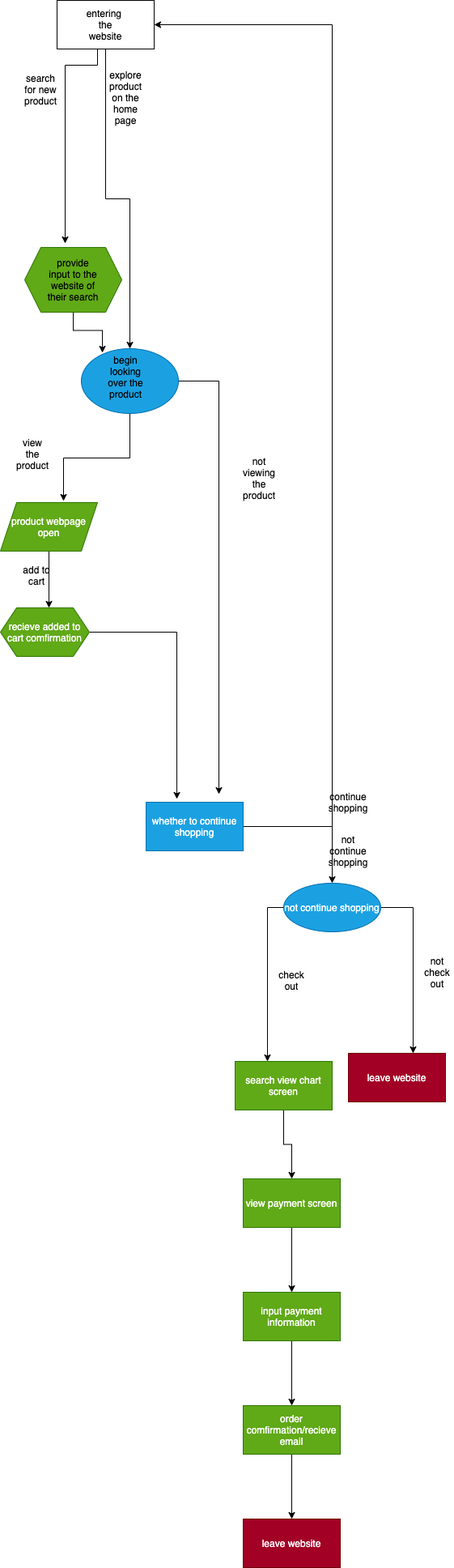
The draw.io diagram explore/diagramming/diagram.drawio.png in zterryy/fa21-cse110-lab4, before a commit. Source tidied: cells renumbered, new cells last; positions are measured from the earlier drawing's top-left corner, leaving out a move shared by most shapes.
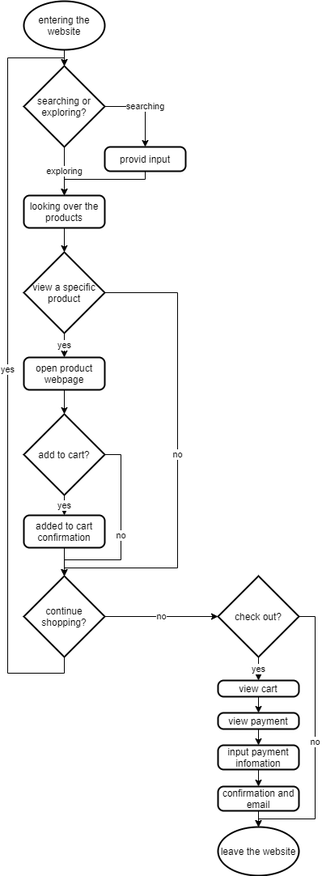
The same diagram one commit later.

What changed in the source:
```diff
@@ -2,144 +2,144 @@
   <root>
     <mxCell id="0" />
     <mxCell id="1" parent="0" />
+    <mxCell id="42" style="edgeStyle=orthogonalEdgeStyle;rounded=0;jettySize=auto;html=1;exitX=0.5;exitY=1;exitDx=0;exitDy=0;exitPerimeter=0;" parent="1" edge="1" source="43">
+      <mxGeometry relative="1" as="geometry">
+        <mxPoint x="80" y="-10" as="targetPoint" />
+      </mxGeometry>
+    </mxCell>
+    <mxCell id="43" value="entering the website" style="strokeWidth=2;html=1;shape=mxgraph.flowchart.start_1;whiteSpace=wrap;" parent="1" vertex="1">
+      <mxGeometry x="30" y="-90" width="100" height="60" as="geometry" />
+    </mxCell>
+    <mxCell id="44" style="rounded=1;whiteSpace=wrap;html=1;absoluteArcSize=1;arcSize=14;strokeWidth=2;" parent="1" vertex="1">
+      <mxGeometry x="170" y="10" width="100" as="geometry" />
+    </mxCell>
+    <mxCell id="45" value="searching" style="edgeStyle=orthogonalEdgeStyle;rounded=0;jettySize=auto;html=1;exitX=1;exitY=0.5;exitDx=0;exitDy=0;exitPerimeter=0;entryX=0.5;entryY=0;entryDx=0;entryDy=0;" parent="1" edge="1" source="4" target="5">
+      <mxGeometry relative="1" as="geometry" />
+    </mxCell>
+    <mxCell id="46" value="exploring" style="edgeStyle=orthogonalEdgeStyle;rounded=0;jettySize=auto;html=1;exitX=0.5;exitY=1;exitDx=0;exitDy=0;exitPerimeter=0;entryX=0.5;entryY=0;entryDx=0;entryDy=0;" parent="1" edge="1" source="4" target="48">
+      <mxGeometry relative="1" as="geometry" />
+    </mxCell>
+    <mxCell id="4" value="searching or exploring?" style="strokeWidth=2;html=1;shape=mxgraph.flowchart.decision;whiteSpace=wrap;" parent="1" vertex="1">
+      <mxGeometry x="30" y="-10" width="100" height="100" as="geometry" />
+    </mxCell>
+    <mxCell id="47" style="edgeStyle=orthogonalEdgeStyle;rounded=0;jettySize=auto;html=1;exitX=0.5;exitY=1;exitDx=0;exitDy=0;entryX=0.5;entryY=0;entryDx=0;entryDy=0;entryPerimeter=0;" parent="1" edge="1" source="5" target="48">
+      <mxGeometry relative="1" as="geometry">
+        <Array as="points">
+          <mxPoint x="180" y="130" />
+          <mxPoint x="80" y="130" />
+        </Array>
+      </mxGeometry>
+    </mxCell>
+    <mxCell id="5" value="provid input" style="rounded=1;whiteSpace=wrap;html=1;absoluteArcSize=1;arcSize=14;strokeWidth=2;" parent="1" vertex="1">
+      <mxGeometry x="130" y="90" width="100" height="30" as="geometry" />
+    </mxCell>
+    <mxCell id="7" style="edgeStyle=orthogonalEdgeStyle;rounded=0;jettySize=auto;html=1;exitX=0.5;exitY=1;exitDx=0;exitDy=0;entryX=0.5;entryY=0;entryDx=0;entryDy=0;entryPerimeter=0;" parent="1" edge="1" source="48" target="2">
+      <mxGeometry relative="1" as="geometry" />
+    </mxCell>
+    <mxCell id="48" value="looking over the products" style="rounded=1;whiteSpace=wrap;html=1;absoluteArcSize=1;arcSize=14;strokeWidth=2;" parent="1" vertex="1">
+      <mxGeometry x="30" y="150" width="100" height="40" as="geometry" />
+    </mxCell>
+    <mxCell id="49" value="yes" style="edgeStyle=orthogonalEdgeStyle;rounded=0;jettySize=auto;html=1;exitX=0.5;exitY=1;exitDx=0;exitDy=0;exitPerimeter=0;entryX=0.5;entryY=0;entryDx=0;entryDy=0;entryPerimeter=0;" parent="1" edge="1" source="51" target="4">
+      <mxGeometry relative="1" as="geometry">
+        <Array as="points">
+          <mxPoint x="80" y="740" />
+          <mxPoint x="10" y="740" />
+          <mxPoint x="10" y="-20" />
+          <mxPoint x="80" y="-20" />
+        </Array>
+      </mxGeometry>
+    </mxCell>
+    <mxCell id="50" value="no" style="edgeStyle=orthogonalEdgeStyle;rounded=0;jettySize=auto;html=1;exitX=1;exitY=0.5;exitDx=0;exitDy=0;exitPerimeter=0;entryX=0;entryY=0.5;entryDx=0;entryDy=0;entryPerimeter=0;" parent="1" edge="1" source="51" target="57">
+      <mxGeometry relative="1" as="geometry" />
+    </mxCell>
+    <mxCell id="51" value="continue shopping?" style="strokeWidth=2;html=1;shape=mxgraph.flowchart.decision;whiteSpace=wrap;" parent="1" vertex="1">
+      <mxGeometry x="30" y="620" width="100" height="100" as="geometry" />
+    </mxCell>
+    <mxCell id="52" value="yes" style="edgeStyle=orthogonalEdgeStyle;rounded=0;jettySize=auto;html=1;exitX=0.5;exitY=1;exitDx=0;exitDy=0;exitPerimeter=0;entryX=0.5;entryY=0;entryDx=0;entryDy=0;" parent="1" edge="1" source="53" target="12">
+      <mxGeometry relative="1" as="geometry" />
+    </mxCell>
+    <mxCell id="6" value="no" style="edgeStyle=orthogonalEdgeStyle;rounded=0;jettySize=auto;html=1;exitX=1;exitY=0.5;exitDx=0;exitDy=0;exitPerimeter=0;entryX=0.5;entryY=0;entryDx=0;entryDy=0;entryPerimeter=0;" parent="1" edge="1" source="53" target="51">
+      <mxGeometry relative="1" as="geometry">
+        <Array as="points">
+          <mxPoint x="150" y="470" />
+          <mxPoint x="150" y="600" />
+          <mxPoint x="80" y="600" />
+        </Array>
+      </mxGeometry>
+    </mxCell>
+    <mxCell id="53" value="add to cart?" style="strokeWidth=2;html=1;shape=mxgraph.flowchart.decision;whiteSpace=wrap;" parent="1" vertex="1">
+      <mxGeometry x="30" y="420" width="100" height="100" as="geometry" />
+    </mxCell>
+    <mxCell id="8" value="yes" style="edgeStyle=orthogonalEdgeStyle;rounded=0;jettySize=auto;html=1;exitX=0.5;exitY=1;exitDx=0;exitDy=0;exitPerimeter=0;" parent="1" edge="1" source="2" target="55">
+      <mxGeometry relative="1" as="geometry" />
+    </mxCell>
+    <mxCell id="54" value="no" style="edgeStyle=orthogonalEdgeStyle;rounded=0;jettySize=auto;html=1;exitX=1;exitY=0.5;exitDx=0;exitDy=0;exitPerimeter=0;" parent="1" edge="1" source="2" target="51">
+      <mxGeometry relative="1" as="geometry">
+        <Array as="points">
+          <mxPoint x="220" y="270" />
+          <mxPoint x="220" y="610" />
+          <mxPoint x="80" y="610" />
+        </Array>
+      </mxGeometry>
+    </mxCell>
-    <mxCell id="2" style="edgeStyle=orthogonalEdgeStyle;rounded=0;jettySize=auto;html=1;" parent="1" edge="1" source="4">
-      <mxGeometry relative="1" as="geometry">
-        <mxPoint x="80" y="300" as="targetPoint" />
-        <Array as="points">
-          <mxPoint x="120" y="80" />
-          <mxPoint x="80" y="80" />
-        </Array>
-      </mxGeometry>
+    <mxCell id="2" value="view a specific product" style="strokeWidth=2;html=1;shape=mxgraph.flowchart.decision;whiteSpace=wrap;" parent="1" vertex="1">
+      <mxGeometry x="30" y="220" width="100" height="100" as="geometry" />
     </mxCell>
-    <mxCell id="3" style="edgeStyle=orthogonalEdgeStyle;rounded=0;jettySize=auto;html=1;" parent="1" edge="1" source="4" target="11">
-      <mxGeometry relative="1" as="geometry" />
-    </mxCell>
-    <mxCell id="4" style="rounded=0;whiteSpace=wrap;html=1;" parent="1" vertex="1">
-      <mxGeometry x="70" width="120" height="60" as="geometry" />
-    </mxCell>
-    <mxCell id="5" value="entering&amp;nbsp; the website" style="text;html=1;strokeColor=none;fillColor=none;align=center;verticalAlign=middle;whiteSpace=wrap;rounded=0;" parent="1" vertex="1">
-      <mxGeometry x="100" y="25" width="60" height="10" as="geometry" />
-    </mxCell>
-    <mxCell id="6" style="edgeStyle=orthogonalEdgeStyle;rounded=0;jettySize=auto;html=1;entryX=0.217;entryY=0.063;entryDx=0;entryDy=0;entryPerimeter=0;" parent="1" edge="1" source="7" target="11">
-      <mxGeometry relative="1" as="geometry" />
-    </mxCell>
-    <mxCell id="7" style="shape=hexagon;perimeter=hexagonPerimeter2;whiteSpace=wrap;html=1;fixedSize=1;fillColor=#60a917;strokeColor=#2D7600;fontColor=#ffffff;" parent="1" vertex="1">
-      <mxGeometry x="30" y="305" width="120" height="80" as="geometry" />
-    </mxCell>
-    <mxCell id="8" value="provide input to the website of their search" style="text;html=1;strokeColor=none;fillColor=none;align=center;verticalAlign=middle;whiteSpace=wrap;rounded=0;" parent="1" vertex="1">
-      <mxGeometry x="55" y="330" width="70" height="30" as="geometry" />
-    </mxCell>
-    <mxCell id="9" style="edgeStyle=orthogonalEdgeStyle;rounded=0;jettySize=auto;html=1;" parent="1" edge="1" source="11">
-      <mxGeometry relative="1" as="geometry">
-        <mxPoint x="270" y="980" as="targetPoint" />
-      </mxGeometry>
-    </mxCell>
-    <mxCell id="10" style="edgeStyle=orthogonalEdgeStyle;rounded=0;jettySize=auto;html=1;entryX=0.65;entryY=-0.033;entryDx=0;entryDy=0;entryPerimeter=0;" parent="1" edge="1" source="11" target="14">
-      <mxGeometry relative="1" as="geometry" />
-    </mxCell>
-    <mxCell id="11" style="ellipse;whiteSpace=wrap;html=1;fillColor=#1ba1e2;strokeColor=#006EAF;fontColor=#ffffff;" parent="1" vertex="1">
-      <mxGeometry x="100" y="430" width="120" height="80" as="geometry" />
+    <mxCell id="11" style="edgeStyle=orthogonalEdgeStyle;rounded=0;jettySize=auto;html=1;exitX=0.5;exitY=1;exitDx=0;exitDy=0;entryX=0.5;entryY=0;entryDx=0;entryDy=0;entryPerimeter=0;" parent="1" edge="1" source="55" target="53">
+      <mxGeometry relative="1" as="geometry" />
     </mxCell>
+    <mxCell id="55" value="open product webpage" style="rounded=1;whiteSpace=wrap;html=1;absoluteArcSize=1;arcSize=14;strokeWidth=2;" parent="1" vertex="1">
+      <mxGeometry x="30" y="350" width="100" height="40" as="geometry" />
+    </mxCell>
+    <mxCell id="56" style="edgeStyle=orthogonalEdgeStyle;rounded=0;jettySize=auto;html=1;exitX=0.5;exitY=1;exitDx=0;exitDy=0;" parent="1" edge="1" source="12" target="51">
+      <mxGeometry relative="1" as="geometry" />
+    </mxCell>
-    <mxCell id="12" value="begin looking over the product" style="text;html=1;strokeColor=none;fillColor=none;align=center;verticalAlign=middle;whiteSpace=wrap;rounded=0;" parent="1" vertex="1">
-      <mxGeometry x="130" y="450" width="50" height="30" as="geometry" />
+    <mxCell id="12" value="added to cart confirmation" style="rounded=1;whiteSpace=wrap;html=1;absoluteArcSize=1;arcSize=14;strokeWidth=2;" parent="1" vertex="1">
+      <mxGeometry x="30" y="545" width="100" height="40" as="geometry" />
     </mxCell>
+    <mxCell id="16" value="yes" style="edgeStyle=orthogonalEdgeStyle;rounded=0;jettySize=auto;html=1;exitX=0.5;exitY=1;exitDx=0;exitDy=0;exitPerimeter=0;entryX=0.5;entryY=0;entryDx=0;entryDy=0;" parent="1" edge="1" source="57" target="59">
+      <mxGeometry relative="1" as="geometry" />
+    </mxCell>
+    <mxCell id="19" value="no" style="edgeStyle=orthogonalEdgeStyle;rounded=0;jettySize=auto;html=1;exitX=1;exitY=0.5;exitDx=0;exitDy=0;exitPerimeter=0;entryX=0.5;entryY=0;entryDx=0;entryDy=0;entryPerimeter=0;" parent="1" edge="1" source="57" target="64">
+      <mxGeometry relative="1" as="geometry">
+        <Array as="points">
+          <mxPoint x="390" y="670" />
+          <mxPoint x="390" y="920" />
+          <mxPoint x="320" y="920" />
+        </Array>
+      </mxGeometry>
+    </mxCell>
+    <mxCell id="57" value="check out?" style="strokeWidth=2;html=1;shape=mxgraph.flowchart.decision;whiteSpace=wrap;" parent="1" vertex="1">
+      <mxGeometry x="270" y="620" width="100" height="100" as="geometry" />
+    </mxCell>
+    <mxCell id="58" style="edgeStyle=orthogonalEdgeStyle;rounded=0;jettySize=auto;html=1;exitX=0.5;exitY=1;exitDx=0;exitDy=0;entryX=0.5;entryY=0;entryDx=0;entryDy=0;" parent="1" edge="1" source="59" target="14">
+      <mxGeometry relative="1" as="geometry" />
+    </mxCell>
+    <mxCell id="59" value="view cart" style="rounded=1;whiteSpace=wrap;html=1;absoluteArcSize=1;arcSize=14;strokeWidth=2;" parent="1" vertex="1">
+      <mxGeometry x="270" y="749" width="100" height="20" as="geometry" />
+    </mxCell>
+    <mxCell id="60" style="edgeStyle=orthogonalEdgeStyle;rounded=0;jettySize=auto;html=1;exitX=0.5;exitY=1;exitDx=0;exitDy=0;entryX=0.5;entryY=0;entryDx=0;entryDy=0;" parent="1" edge="1" source="14" target="62">
+      <mxGeometry relative="1" as="geometry" />
+    </mxCell>
+    <mxCell id="14" value="view payment" style="rounded=1;whiteSpace=wrap;html=1;absoluteArcSize=1;arcSize=14;strokeWidth=2;" parent="1" vertex="1">
+      <mxGeometry x="270" y="789" width="100" height="20" as="geometry" />
+    </mxCell>
+    <mxCell id="61" style="edgeStyle=orthogonalEdgeStyle;rounded=0;jettySize=auto;html=1;exitX=0.5;exitY=1;exitDx=0;exitDy=0;entryX=0.5;entryY=0;entryDx=0;entryDy=0;" parent="1" edge="1" source="62" target="13">
+      <mxGeometry relative="1" as="geometry" />
+    </mxCell>
+    <mxCell id="62" value="input payment infomation" style="rounded=1;whiteSpace=wrap;html=1;absoluteArcSize=1;arcSize=14;strokeWidth=2;" parent="1" vertex="1">
+      <mxGeometry x="270" y="829" width="100" height="30" as="geometry" />
+    </mxCell>
+    <mxCell id="63" style="edgeStyle=orthogonalEdgeStyle;rounded=0;jettySize=auto;html=1;exitX=0.5;exitY=1;exitDx=0;exitDy=0;" parent="1" edge="1" source="13">
+      <mxGeometry relative="1" as="geometry">
+        <mxPoint x="320" y="930" as="targetPoint" />
+      </mxGeometry>
+    </mxCell>
-    <mxCell id="13" style="edgeStyle=orthogonalEdgeStyle;rounded=0;jettySize=auto;html=1;" parent="1" edge="1" source="14">
-      <mxGeometry relative="1" as="geometry">
-        <mxPoint x="60" y="750" as="targetPoint" />
-      </mxGeometry>
+    <mxCell id="13" value="confirmation and email" style="rounded=1;whiteSpace=wrap;html=1;absoluteArcSize=1;arcSize=14;strokeWidth=2;" parent="1" vertex="1">
+      <mxGeometry x="270" y="880" width="100" height="30" as="geometry" />
     </mxCell>
-    <mxCell id="14" value="product webpage open" style="shape=parallelogram;perimeter=parallelogramPerimeter;whiteSpace=wrap;html=1;fixedSize=1;fillColor=#60a917;strokeColor=#2D7600;fontColor=#ffffff;" parent="1" vertex="1">
-      <mxGeometry y="620" width="120" height="60" as="geometry" />
-    </mxCell>
-    <mxCell id="15" style="edgeStyle=orthogonalEdgeStyle;rounded=0;jettySize=auto;html=1;entryX=0.317;entryY=-0.067;entryDx=0;entryDy=0;entryPerimeter=0;" parent="1" edge="1" source="16" target="19">
-      <mxGeometry relative="1" as="geometry" />
-    </mxCell>
-    <mxCell id="16" value="recieve added to cart comfirmation" style="shape=hexagon;perimeter=hexagonPerimeter2;whiteSpace=wrap;html=1;fixedSize=1;fillColor=#60a917;strokeColor=#2D7600;fontColor=#ffffff;" parent="1" vertex="1">
-      <mxGeometry y="750" width="110" height="60" as="geometry" />
-    </mxCell>
-    <mxCell id="17" style="edgeStyle=orthogonalEdgeStyle;rounded=0;jettySize=auto;html=1;" parent="1" edge="1" source="19" target="22">
-      <mxGeometry relative="1" as="geometry" />
-    </mxCell>
-    <mxCell id="18" style="edgeStyle=orthogonalEdgeStyle;rounded=0;jettySize=auto;html=1;entryX=1;entryY=0.5;entryDx=0;entryDy=0;" parent="1" edge="1" source="19" target="4">
-      <mxGeometry relative="1" as="geometry">
-        <Array as="points">
-          <mxPoint x="410" y="1020" />
-          <mxPoint x="410" y="30" />
-        </Array>
-      </mxGeometry>
-    </mxCell>
-    <mxCell id="19" value="whether to continue shopping" style="rounded=0;whiteSpace=wrap;html=1;fillColor=#1ba1e2;strokeColor=#006EAF;fontColor=#ffffff;" parent="1" vertex="1">
-      <mxGeometry x="180" y="990" width="120" height="60" as="geometry" />
-    </mxCell>
-    <mxCell id="20" style="edgeStyle=orthogonalEdgeStyle;rounded=0;jettySize=auto;html=1;" parent="1" edge="1" source="22">
-      <mxGeometry relative="1" as="geometry">
-        <mxPoint x="510" y="1300" as="targetPoint" />
-      </mxGeometry>
-    </mxCell>
-    <mxCell id="21" style="edgeStyle=orthogonalEdgeStyle;rounded=0;jettySize=auto;html=1;" parent="1" edge="1" source="22">
-      <mxGeometry relative="1" as="geometry">
-        <mxPoint x="330" y="1310" as="targetPoint" />
-      </mxGeometry>
-    </mxCell>
-    <mxCell id="22" value="not continue shopping" style="ellipse;whiteSpace=wrap;html=1;rounded=0;fillColor=#1ba1e2;strokeColor=#006EAF;fontColor=#ffffff;" parent="1" vertex="1">
-      <mxGeometry x="350" y="1090" width="120" height="60" as="geometry" />
-    </mxCell>
-    <mxCell id="23" value="leave website" style="rounded=0;whiteSpace=wrap;html=1;fillColor=#a20025;strokeColor=#6F0000;fontColor=#ffffff;" parent="1" vertex="1">
-      <mxGeometry x="430" y="1300" width="120" height="60" as="geometry" />
-    </mxCell>
-    <mxCell id="24" style="edgeStyle=orthogonalEdgeStyle;rounded=0;jettySize=auto;html=1;" parent="1" edge="1" source="25" target="27">
-      <mxGeometry relative="1" as="geometry" />
-    </mxCell>
-    <mxCell id="25" value="search view chart screen" style="rounded=0;whiteSpace=wrap;html=1;fillColor=#60a917;strokeColor=#2D7600;fontColor=#ffffff;" parent="1" vertex="1">
-      <mxGeometry x="290" y="1310" width="120" height="60" as="geometry" />
-    </mxCell>
-    <mxCell id="26" style="edgeStyle=orthogonalEdgeStyle;rounded=0;jettySize=auto;html=1;" parent="1" edge="1" source="27" target="29">
-      <mxGeometry relative="1" as="geometry" />
-    </mxCell>
-    <mxCell id="27" value="view payment screen" style="rounded=0;whiteSpace=wrap;html=1;fillColor=#60a917;strokeColor=#2D7600;fontColor=#ffffff;" parent="1" vertex="1">
-      <mxGeometry x="300" y="1455" width="120" height="60" as="geometry" />
-    </mxCell>
-    <mxCell id="28" style="edgeStyle=orthogonalEdgeStyle;rounded=0;jettySize=auto;html=1;" parent="1" edge="1" source="29" target="31">
-      <mxGeometry relative="1" as="geometry" />
-    </mxCell>
-    <mxCell id="29" value="input payment information" style="rounded=0;whiteSpace=wrap;html=1;fillColor=#60a917;strokeColor=#2D7600;fontColor=#ffffff;" parent="1" vertex="1">
-      <mxGeometry x="300" y="1595" width="120" height="60" as="geometry" />
-    </mxCell>
-    <mxCell id="30" style="edgeStyle=orthogonalEdgeStyle;rounded=0;jettySize=auto;html=1;" parent="1" edge="1" source="31" target="35">
-      <mxGeometry relative="1" as="geometry" />
-    </mxCell>
-    <mxCell id="31" value="order comfirmation/recieve email" style="rounded=0;whiteSpace=wrap;html=1;fillColor=#60a917;strokeColor=#2D7600;fontColor=#ffffff;" parent="1" vertex="1">
-      <mxGeometry x="300" y="1735" width="120" height="60" as="geometry" />
-    </mxCell>
-    <mxCell id="32" value="search for new product" style="text;html=1;strokeColor=none;fillColor=none;align=center;verticalAlign=middle;whiteSpace=wrap;rounded=0;" parent="1" vertex="1">
-      <mxGeometry x="30" y="100" width="40" height="20" as="geometry" />
-    </mxCell>
-    <mxCell id="33" value="check out" style="text;html=1;strokeColor=none;fillColor=none;align=center;verticalAlign=middle;whiteSpace=wrap;rounded=0;" parent="1" vertex="1">
-      <mxGeometry x="340" y="1200" width="40" height="20" as="geometry" />
-    </mxCell>
-    <mxCell id="34" value="not check out" style="text;html=1;strokeColor=none;fillColor=none;align=center;verticalAlign=middle;whiteSpace=wrap;rounded=0;" parent="1" vertex="1">
-      <mxGeometry x="520" y="1190" width="40" height="20" as="geometry" />
-    </mxCell>
-    <mxCell id="35" value="leave website" style="rounded=0;whiteSpace=wrap;html=1;fillColor=#a20025;strokeColor=#6F0000;fontColor=#ffffff;" parent="1" vertex="1">
-      <mxGeometry x="300" y="1875" width="120" height="60" as="geometry" />
-    </mxCell>
-    <mxCell id="36" value="explore product on the home page" style="text;html=1;strokeColor=none;fillColor=none;align=center;verticalAlign=middle;whiteSpace=wrap;rounded=0;" parent="1" vertex="1">
-      <mxGeometry x="135" y="110" width="40" height="20" as="geometry" />
-    </mxCell>
-    <mxCell id="37" value="not viewing the product" style="text;html=1;strokeColor=none;fillColor=none;align=center;verticalAlign=middle;whiteSpace=wrap;rounded=0;" parent="1" vertex="1">
-      <mxGeometry x="300" y="580" width="40" height="20" as="geometry" />
-    </mxCell>
-    <mxCell id="38" value="view the product" style="text;html=1;strokeColor=none;fillColor=none;align=center;verticalAlign=middle;whiteSpace=wrap;rounded=0;" parent="1" vertex="1">
-      <mxGeometry x="20" y="550" width="40" height="20" as="geometry" />
-    </mxCell>
-    <mxCell id="39" value="add to cart" style="text;html=1;strokeColor=none;fillColor=none;align=center;verticalAlign=middle;whiteSpace=wrap;rounded=0;" parent="1" vertex="1">
-      <mxGeometry x="25" y="700" width="40" height="20" as="geometry" />
-    </mxCell>
-    <mxCell id="40" value="continue shopping" style="text;html=1;strokeColor=none;fillColor=none;align=center;verticalAlign=middle;whiteSpace=wrap;rounded=0;" parent="1" vertex="1">
-      <mxGeometry x="410" y="980" width="40" height="20" as="geometry" />
-    </mxCell>
-    <mxCell id="41" value="not continue shopping" style="text;html=1;strokeColor=none;fillColor=none;align=center;verticalAlign=middle;whiteSpace=wrap;rounded=0;" parent="1" vertex="1">
-      <mxGeometry x="410" y="1040" width="40" height="20" as="geometry" />
-    </mxCell>
+    <mxCell id="64" value="leave the website" style="strokeWidth=2;html=1;shape=mxgraph.flowchart.start_1;whiteSpace=wrap;" parent="1" vertex="1">
+      <mxGeometry x="270" y="930" width="100" height="60" as="geometry" />
+    </mxCell>
   </root>
 </mxGraphModel>
```
